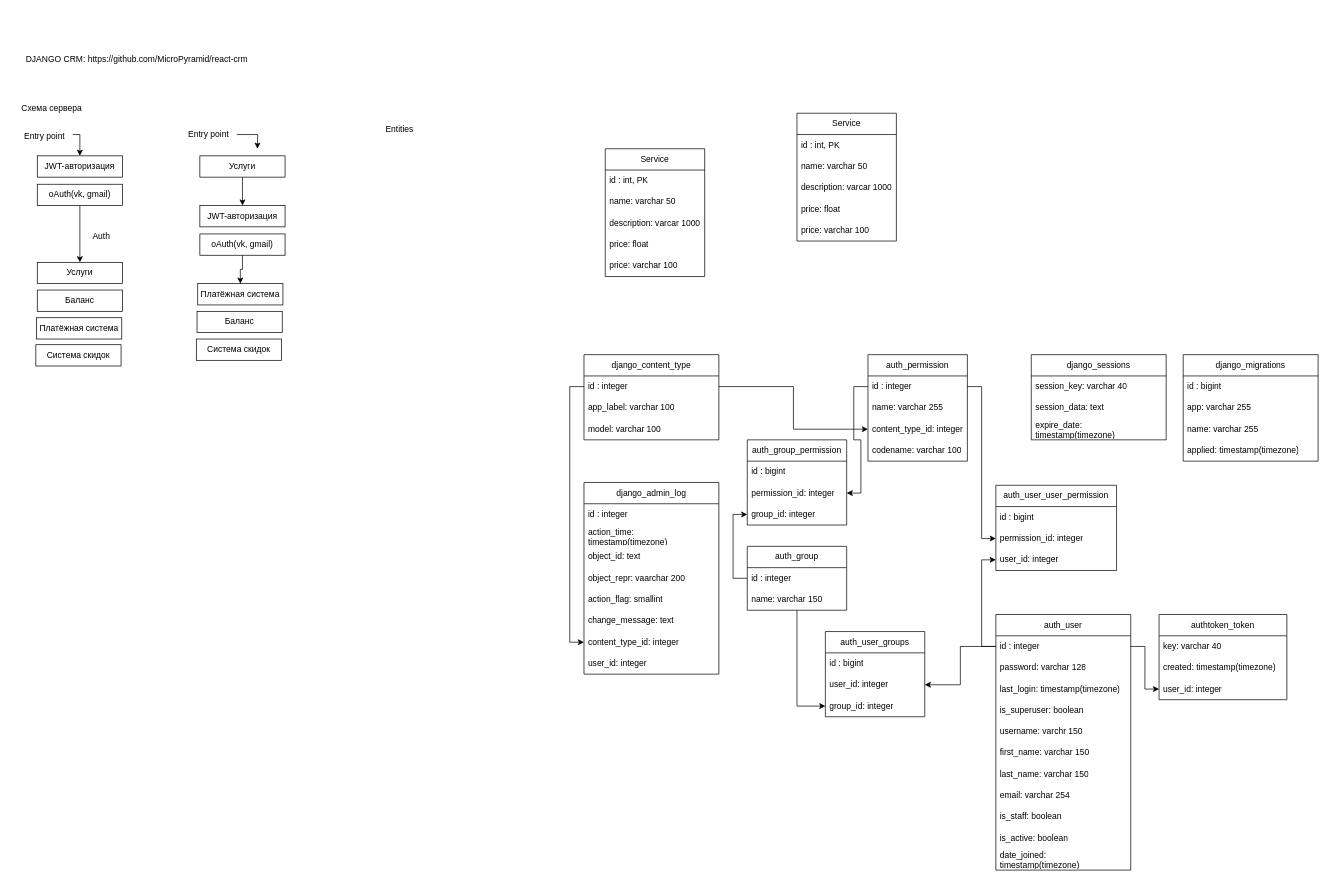
The draw.io diagram cclean.drawio in Sundalia/cclean, before the edit. Source tidied: cells renumbered, new cells numbered last; positions are measured from the earlier drawing's top-left corner, leaving out a move shared by most shapes. Both pictures are drawn from the tidied source at 71%, with x=0, y=0 at pixel (12, 49).
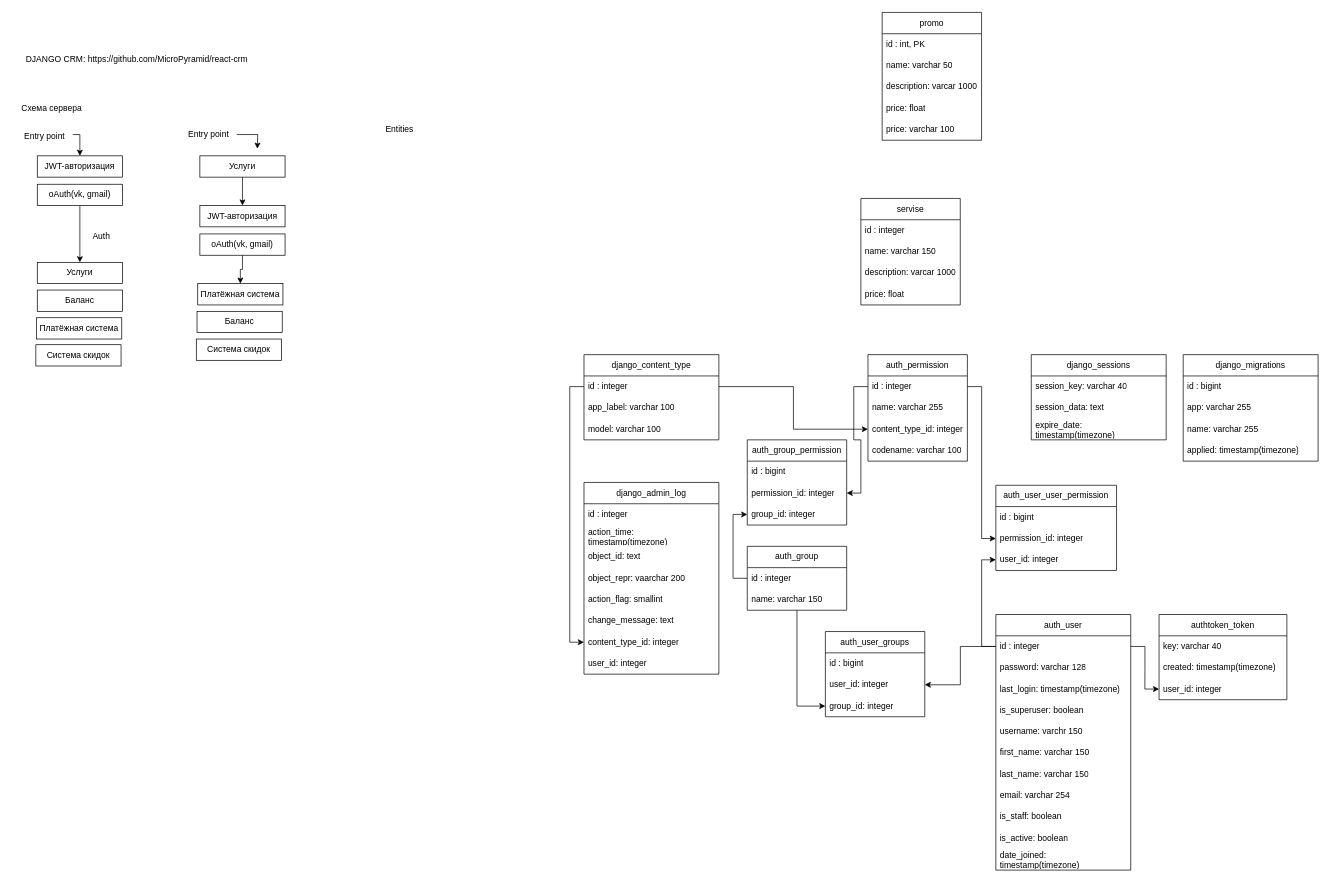
The same diagram, later.

Change to the diagram source:
```diff
@@
-    <mxCell id="24" value="Service" style="swimlane;fontStyle=0;horizontal=1;startSize=30;whiteSpace=wrap;html=1;" parent="1" vertex="1">
-      <mxGeometry x="1105" y="90" width="140" height="180" as="geometry" />
+    <mxCell id="24" value="servise" style="swimlane;fontStyle=0;horizontal=1;startSize=30;whiteSpace=wrap;html=1;" parent="1" vertex="1">
+      <mxGeometry x="1195" y="210" width="140" height="150" as="geometry" />
     </mxCell>
-    <mxCell id="25" value="id : int, PK" style="text;strokeColor=none;fillColor=none;align=left;verticalAlign=middle;spacingLeft=4;spacingRight=4;overflow=hidden;whiteSpace=wrap;html=1;" parent="24" vertex="1">
+    <mxCell id="25" value="id : integer" style="text;strokeColor=none;fillColor=none;align=left;verticalAlign=middle;spacingLeft=4;spacingRight=4;overflow=hidden;whiteSpace=wrap;html=1;" parent="24" vertex="1">
       <mxGeometry y="30" width="140" height="30" as="geometry" />
     </mxCell>
-    <mxCell id="26" value="name: varchar 50" style="text;strokeColor=none;fillColor=none;align=left;verticalAlign=middle;spacingLeft=4;spacingRight=4;overflow=hidden;whiteSpace=wrap;html=1;" parent="24" vertex="1">
+    <mxCell id="26" value="name: varchar 150" style="text;strokeColor=none;fillColor=none;align=left;verticalAlign=middle;spacingLeft=4;spacingRight=4;overflow=hidden;whiteSpace=wrap;html=1;" parent="24" vertex="1">
       <mxGeometry y="60" width="140" height="30" as="geometry" />
     </mxCell>
@@
-    <mxCell id="29" value="price: varchar 100" style="text;strokeColor=none;fillColor=none;align=left;verticalAlign=middle;spacingLeft=4;spacingRight=4;overflow=hidden;whiteSpace=wrap;html=1;" parent="24" vertex="1">
-      <mxGeometry y="150" width="140" height="30" as="geometry" />
-    </mxCell>
-    <mxCell id="30" value="Service" style="swimlane;fontStyle=0;horizontal=1;startSize=30;whiteSpace=wrap;html=1;" parent="1" vertex="1">
-      <mxGeometry x="835" y="140" width="140" height="180" as="geometry" />
+    <mxCell id="30" value="promo" style="swimlane;fontStyle=0;horizontal=1;startSize=30;whiteSpace=wrap;html=1;" parent="1" vertex="1">
+      <mxGeometry x="1225" y="-52" width="140" height="180" as="geometry" />
     </mxCell>
```
